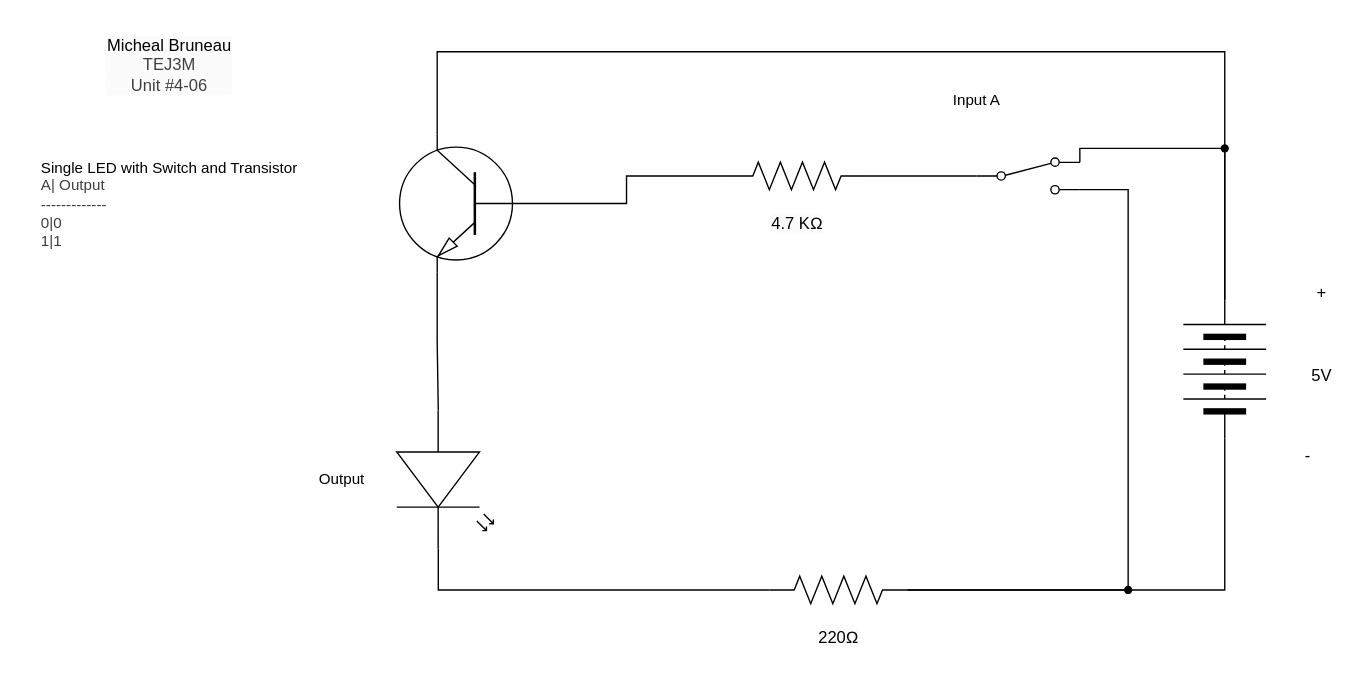
This is TEJ3M 4-06/Schematic diagram.drawio from michael-bruneau/TEJ3M-Unit-4, a draw.io file, before an edit. Source tidied: cells renumbered, new cells numbered last; positions are measured from the earlier drawing's top-left corner, leaving out a move shared by most shapes. Both pictures are drawn from the tidied source at 138%, with x=0, y=0 at pixel (23, 23).
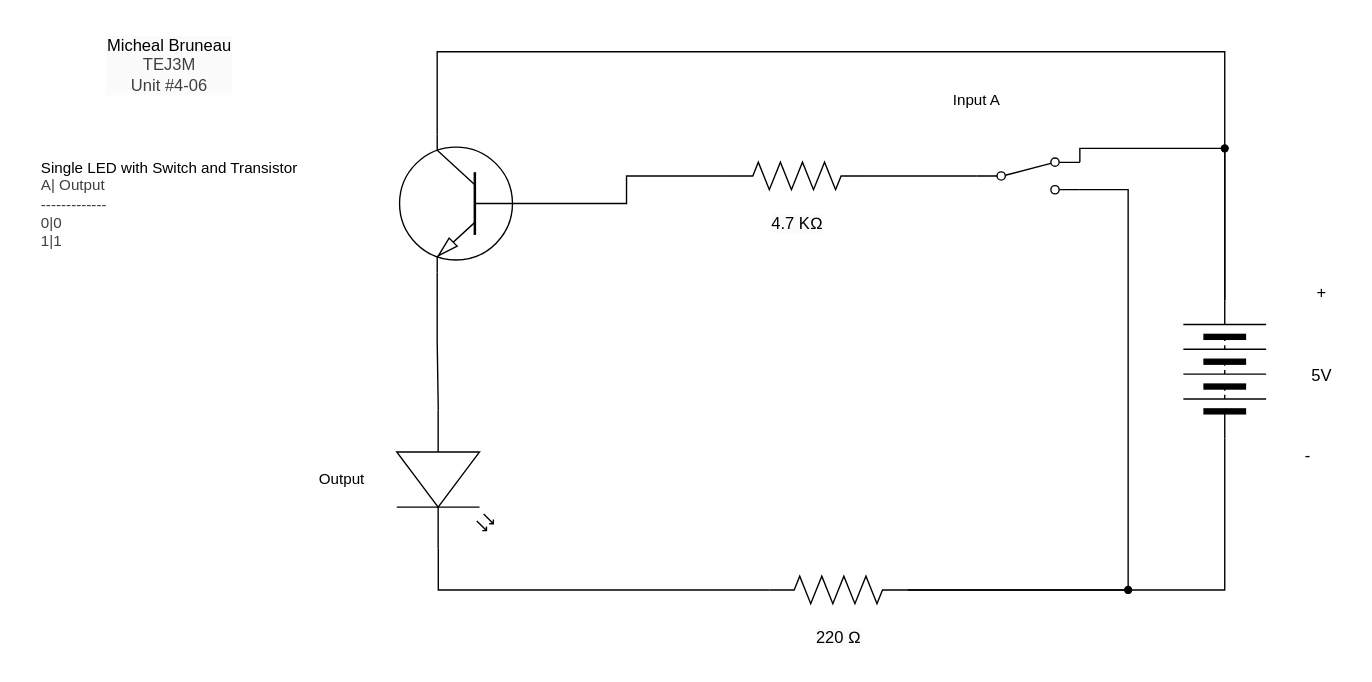
Above is the later version.

The edit, as a diff of the source:
```diff
@@
-    <mxCell id="23" value="&lt;span style=&quot;color: rgb(0, 0, 0); font-size: 12px; background-color: rgb(251, 251, 251);&quot;&gt;220Ω&lt;/span&gt;" style="text;html=1;align=center;verticalAlign=middle;strokeColor=none;fillColor=none;fontFamily=Helvetica;fontSize=11;fontColor=default;labelBackgroundColor=default;" parent="1" vertex="1">
-      <mxGeometry x="565" y="430" width="50" height="30" as="geometry" />
+    <mxCell id="23" value="&lt;span style=&quot;color: rgb(0, 0, 0); font-size: 12px; background-color: rgb(251, 251, 251);&quot;&gt;220 Ω&lt;/span&gt;" style="text;html=1;align=center;verticalAlign=middle;strokeColor=none;fillColor=none;fontFamily=Helvetica;fontSize=11;fontColor=default;labelBackgroundColor=default;" parent="1" vertex="1">
+      <mxGeometry x="560" y="430" width="60" height="30" as="geometry" />
     </mxCell>
```
